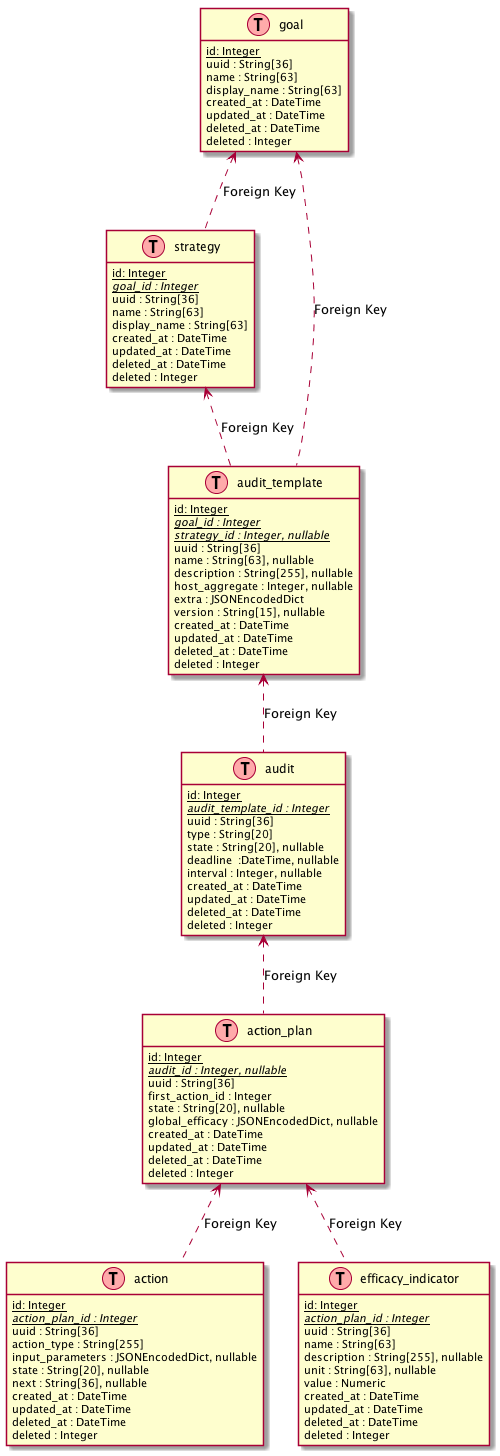
Above: doc/source/images/watcher_db_schema_diagram.png in openstack/watcher (PlantUML), before the change.
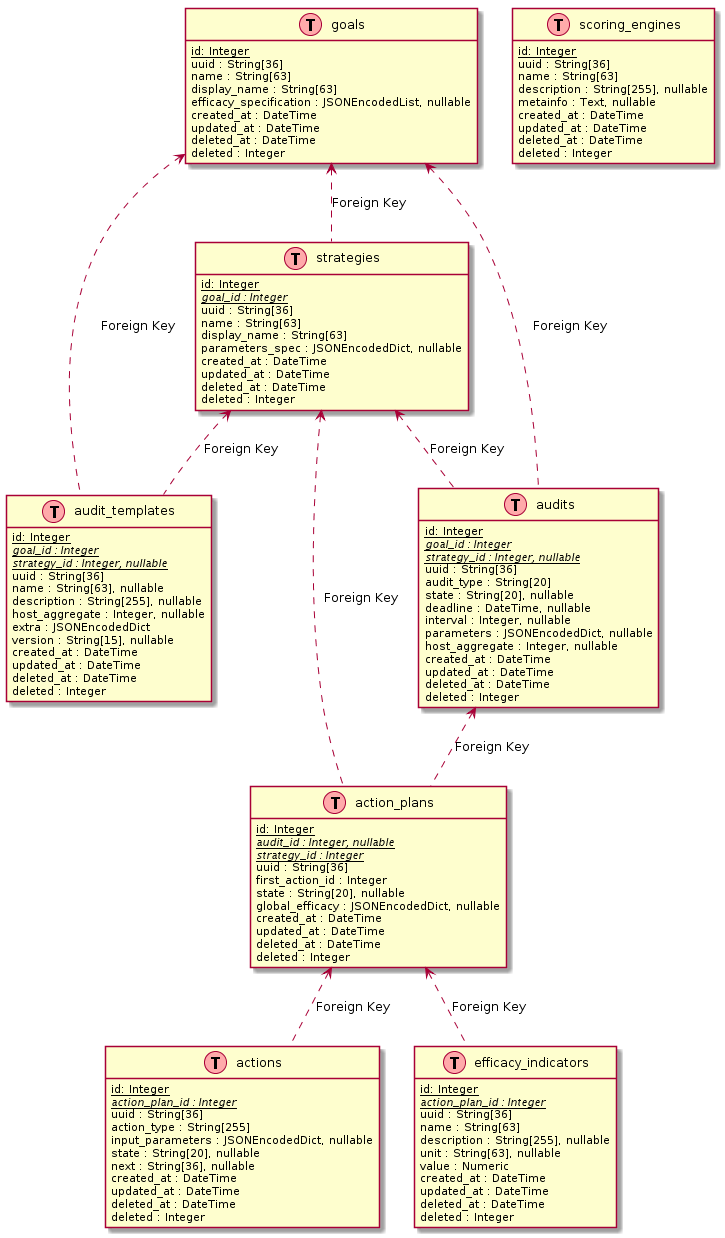
Above is the later version.

What changed in the source:
```diff
@@ -2,11 +2,12 @@
 hide methods
 hide stereotypes
 
-class goal << (T,#FFAAAA) >> {
+class goals << (T,#FFAAAA) >> {
     <u>id: Integer</u>
     uuid : String[36]
     name : String[63]
     display_name : String[63]
+    efficacy_specification : JSONEncodedList, nullable
 
     created_at : DateTime
     updated_at : DateTime
@@ -15,12 +16,13 @@
 }
 
 
-class strategy << (T,#FFAAAA) >> {
+class strategies << (T,#FFAAAA) >> {
     <u>id: Integer</u>
     <i><u>goal_id : Integer</u></i>
     uuid : String[36]
     name : String[63]
     display_name : String[63]
+    parameters_spec : JSONEncodedDict, nullable
 
     created_at : DateTime
     updated_at : DateTime
@@ -29,7 +31,7 @@
 }
 
 
-class audit_template << (T,#FFAAAA) >> {
+class audit_templates << (T,#FFAAAA) >> {
     <u>id: Integer</u>
     <i><u>goal_id : Integer</u></i>
     <i><u>strategy_id : Integer, nullable</u></i>
@@ -47,14 +49,17 @@
 }
 
 
-class audit << (T,#FFAAAA) >> {
+class audits << (T,#FFAAAA) >> {
     <u>id: Integer</u>
-    <i><u>audit_template_id : Integer</u></i>
+    <i><u>goal_id : Integer</u></i>
+    <i><u>strategy_id : Integer, nullable</u></i>
     uuid : String[36]
-    type : String[20]
+    audit_type : String[20]
     state : String[20], nullable
-    deadline  :DateTime, nullable
+    deadline : DateTime, nullable
     interval : Integer, nullable
+    parameters : JSONEncodedDict, nullable
+    host_aggregate : Integer, nullable
 
     created_at : DateTime
     updated_at : DateTime
@@ -63,9 +68,10 @@
 }
 
 
-class action_plan << (T,#FFAAAA) >> {
+class action_plans << (T,#FFAAAA) >> {
     <u>id: Integer</u>
     <i><u>audit_id : Integer, nullable</u></i>
+    <i><u>strategy_id : Integer</u></i>
     uuid : String[36]
     first_action_id : Integer
     state : String[20], nullable
@@ -78,7 +84,7 @@
 }
 
 
-class action << (T,#FFAAAA) >> {
+class actions << (T,#FFAAAA) >> {
     <u>id: Integer</u>
     <i><u>action_plan_id : Integer</u></i>
     uuid : String[36]
@@ -94,7 +100,7 @@
 }
 
 
-class efficacy_indicator << (T,#FFAAAA) >> {
+class efficacy_indicators << (T,#FFAAAA) >> {
     <u>id: Integer</u>
     <i><u>action_plan_id : Integer</u></i>
     uuid : String[36]
@@ -109,12 +115,27 @@
     deleted : Integer
 }
 
- "goal" <.. "strategy" : Foreign Key
- "goal" <.. "audit_template" : Foreign Key
- "strategy" <.. "audit_template" : Foreign Key
- "audit_template" <.. "audit" : Foreign Key
- "action_plan" <.. "action" : Foreign Key
- "action_plan" <.. "efficacy_indicator" : Foreign Key
- "audit" <.. "action_plan" : Foreign Key
+class scoring_engines << (T,#FFAAAA) >> {
+    <u>id: Integer</u>
+    uuid : String[36]
+    name : String[63]
+    description : String[255], nullable
+    metainfo : Text, nullable
+
+    created_at : DateTime
+    updated_at : DateTime
+    deleted_at : DateTime
+    deleted : Integer
+}
+
+ "goals" <.. "strategies" : Foreign Key
+ "goals" <.. "audit_templates" : Foreign Key
+ "strategies" <.. "audit_templates" : Foreign Key
+ "goals" <.. "audits" : Foreign Key
+ "strategies" <.. "audits" : Foreign Key
+ "action_plans" <.. "actions" : Foreign Key
+ "action_plans" <.. "efficacy_indicators" : Foreign Key
+ "strategies" <.. "action_plans" : Foreign Key
+ "audits" <.. "action_plans" : Foreign Key
 
 @enduml
```
